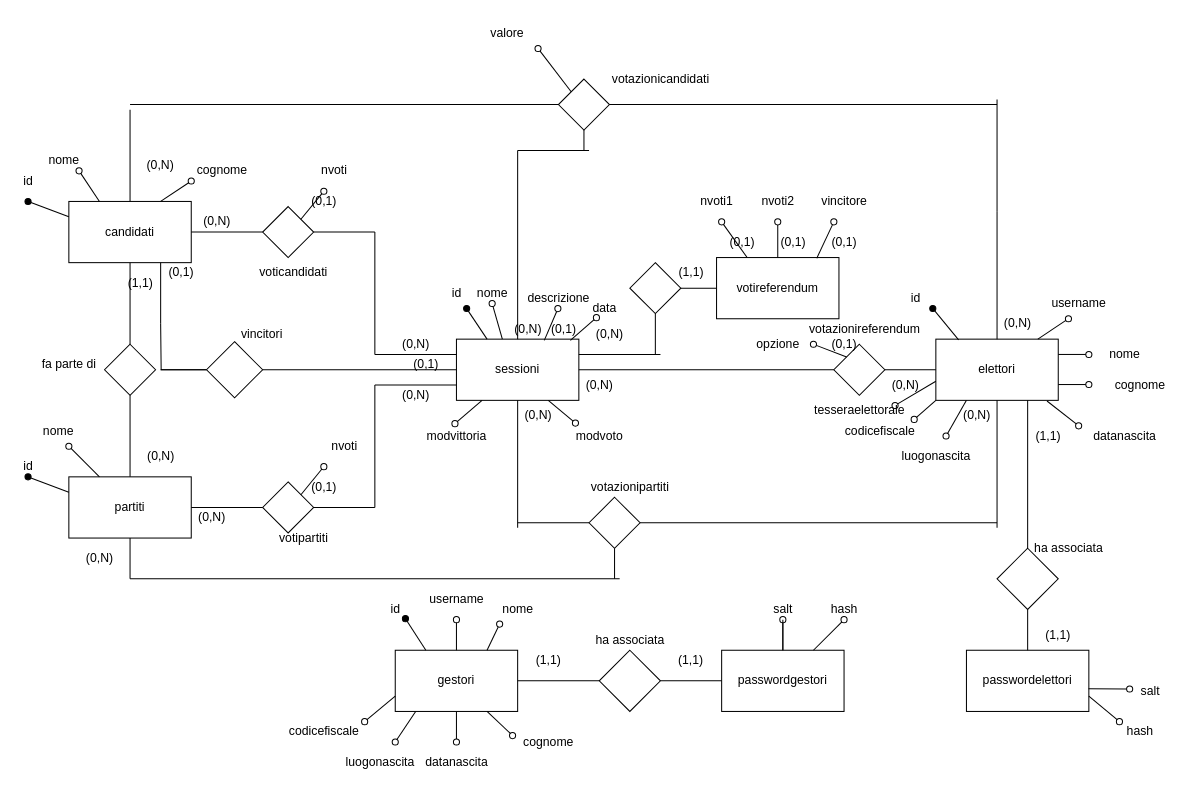
This is docs/database/Scherma ER.drawio from gbrsni/votoElettronico, a draw.io file, before an edit. Source tidied: cells renumbered, new cells numbered last; positions are measured from the earlier drawing's top-left corner, leaving out a move shared by most shapes. Both pictures are drawn from the tidied source at 102%, with x=0, y=0 at pixel (17, 17).
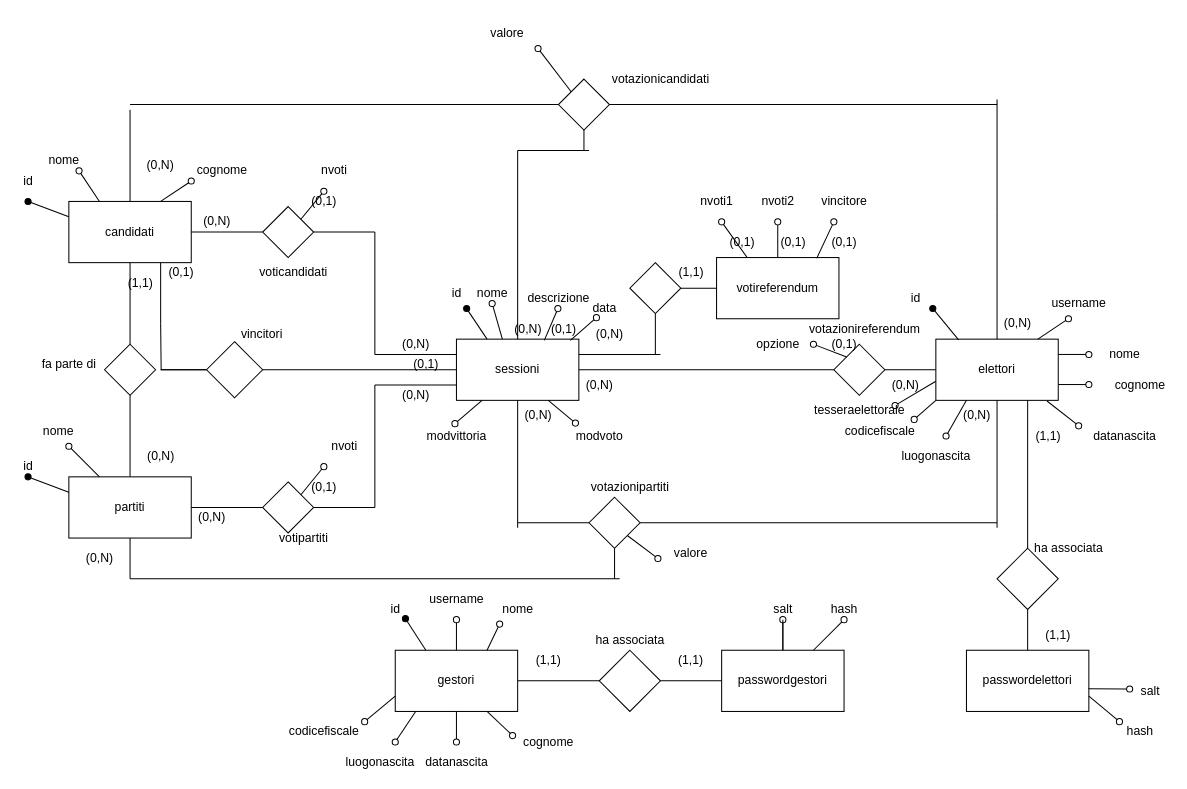
The same page after the edit.

Commit message (it also covers changes not shown here):
modifica schema db

The change refers to these unchanged cells:
```xml
<mxCell id="33" style="rhombus;whiteSpace=wrap;html=1;" parent="1" vertex="1">
  <mxGeometry x="560" y="470" width="50" height="50" as="geometry" />
</mxCell>
```

The edit, as a diff of the source:
```diff
@@
+    <mxCell id="171" style="endArrow=none;html=1;rounded=0;entryX=1;entryY=1;entryDx=0;entryDy=0;endFill=0;startArrow=oval;startFill=0;" parent="1" edge="1" target="33">
+      <mxGeometry relative="1" as="geometry">
+        <mxPoint x="627.5" y="530" as="sourcePoint" />
+      </mxGeometry>
+    </mxCell>
+    <mxCell id="172" value="valore" style="text;html=1;strokeColor=none;fillColor=none;align=center;verticalAlign=middle;whiteSpace=wrap;rounded=0;" parent="1" vertex="1">
+      <mxGeometry x="630" y="510" width="60" height="30" as="geometry" />
+    </mxCell>
```
